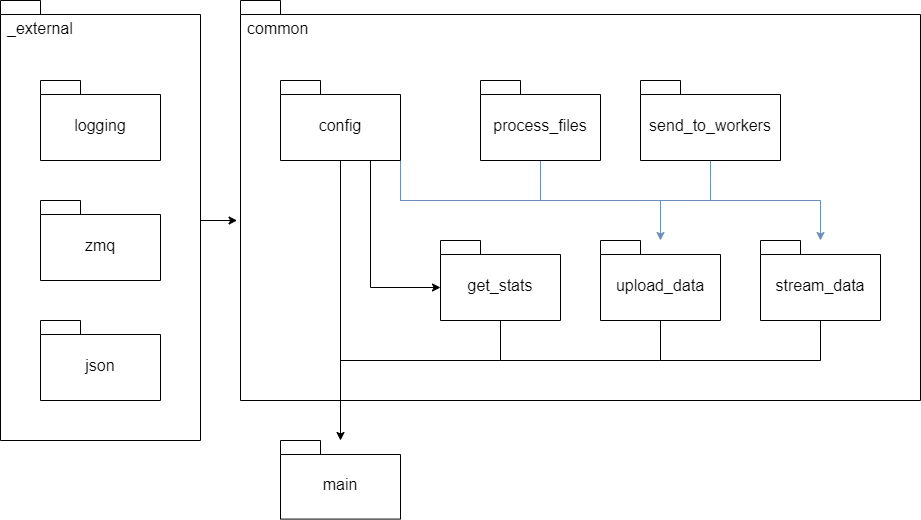
n-zu/DISTRIBUIDOS-TP1 keeps this draw.io diagram as docs/diagrams/packets/client.png. Above is the earlier version. Source tidied: cells renumbered, new cells last; positions are measured from the earlier drawing's top-left corner, leaving out a move shared by most shapes.
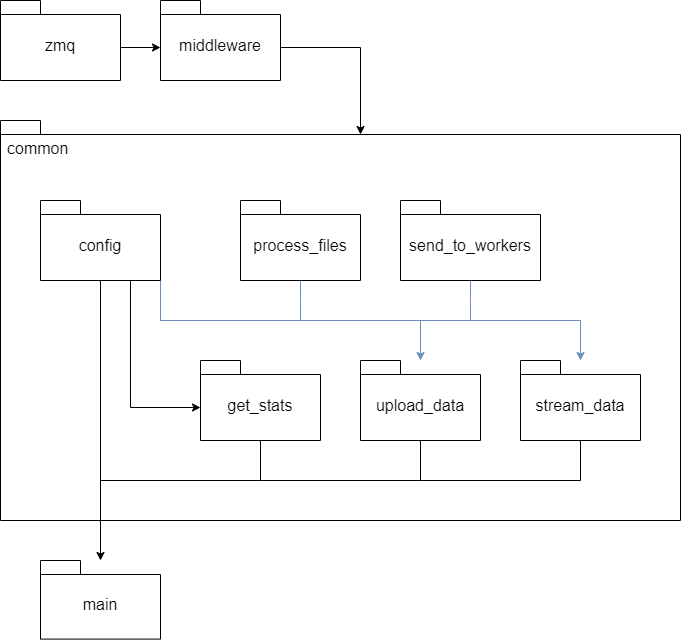
The same diagram one commit later.

Change to the diagram source:
```diff
@@ -30,21 +30,12 @@
     <mxCell id="7" value="config" style="shape=folder;fontStyle=0;spacingTop=10;tabWidth=40;tabHeight=14;tabPosition=left;html=1;whiteSpace=wrap;fontSize=16;" parent="1" vertex="1">
       <mxGeometry x="280" y="80" width="120" height="80" as="geometry" />
     </mxCell>
-    <mxCell id="8" style="edgeStyle=orthogonalEdgeStyle;rounded=0;jettySize=auto;html=1;entryX=-0.005;entryY=0.55;entryDx=0;entryDy=0;entryPerimeter=0;" parent="1" edge="1" source="9" target="2">
-      <mxGeometry relative="1" as="geometry" />
-    </mxCell>
-    <mxCell id="9" value="_external" style="shape=folder;fontStyle=0;spacingTop=12;tabWidth=40;tabHeight=14;tabPosition=left;html=1;whiteSpace=wrap;fontSize=16;align=left;horizontal=1;verticalAlign=top;spacingLeft=5;fillColor=none;" parent="1" vertex="1">
-      <mxGeometry width="200" height="440" as="geometry" />
-    </mxCell>
-    <mxCell id="10" value="logging" style="shape=folder;fontStyle=0;spacingTop=10;tabWidth=40;tabHeight=14;tabPosition=left;html=1;whiteSpace=wrap;fontSize=16;" parent="1" vertex="1">
-      <mxGeometry x="40" y="80" width="120" height="80" as="geometry" />
-    </mxCell>
+    <mxCell id="24" style="edgeStyle=orthogonalEdgeStyle;rounded=0;jettySize=auto;html=1;exitX=0;exitY=0;exitDx=120;exitDy=47;exitPerimeter=0;entryX=0;entryY=0;entryDx=0;entryDy=47;entryPerimeter=0;" parent="1" edge="1" source="11" target="26">
+      <mxGeometry relative="1" as="geometry" />
+    </mxCell>
     <mxCell id="11" value="zmq" style="shape=folder;fontStyle=0;spacingTop=10;tabWidth=40;tabHeight=14;tabPosition=left;html=1;whiteSpace=wrap;fontSize=16;" parent="1" vertex="1">
-      <mxGeometry x="40" y="200" width="120" height="80" as="geometry" />
+      <mxGeometry x="240" y="-120" width="120" height="80" as="geometry" />
     </mxCell>
-    <mxCell id="12" value="json" style="shape=folder;fontStyle=0;spacingTop=10;tabWidth=40;tabHeight=14;tabPosition=left;html=1;whiteSpace=wrap;fontSize=16;" parent="1" vertex="1">
-      <mxGeometry x="40" y="320" width="120" height="80" as="geometry" />
-    </mxCell>
     <mxCell id="13" value="main" style="shape=folder;fontStyle=0;spacingTop=10;tabWidth=40;tabHeight=14;tabPosition=left;html=1;whiteSpace=wrap;fontSize=16;" parent="1" vertex="1">
       <mxGeometry x="280" y="440" width="120" height="78.6" as="geometry" />
     </mxCell>
@@ -97,5 +88,11 @@
     <mxCell id="23" value="upload_data" style="shape=folder;fontStyle=0;spacingTop=10;tabWidth=40;tabHeight=14;tabPosition=left;html=1;whiteSpace=wrap;fontSize=16;" parent="1" vertex="1">
       <mxGeometry x="600" y="240" width="120" height="80" as="geometry" />
     </mxCell>
+    <mxCell id="25" style="edgeStyle=orthogonalEdgeStyle;rounded=0;jettySize=auto;html=1;exitX=0;exitY=0;exitDx=120;exitDy=47;exitPerimeter=0;entryX=0;entryY=0;entryDx=360;entryDy=14;entryPerimeter=0;" parent="1" edge="1" source="26" target="2">
+      <mxGeometry relative="1" as="geometry" />
+    </mxCell>
+    <mxCell id="26" value="middleware" style="shape=folder;fontStyle=0;spacingTop=10;tabWidth=40;tabHeight=14;tabPosition=left;html=1;whiteSpace=wrap;fontSize=16;" parent="1" vertex="1">
+      <mxGeometry x="400" y="-120" width="120" height="80" as="geometry" />
+    </mxCell>
   </root>
 </mxGraphModel>
```
